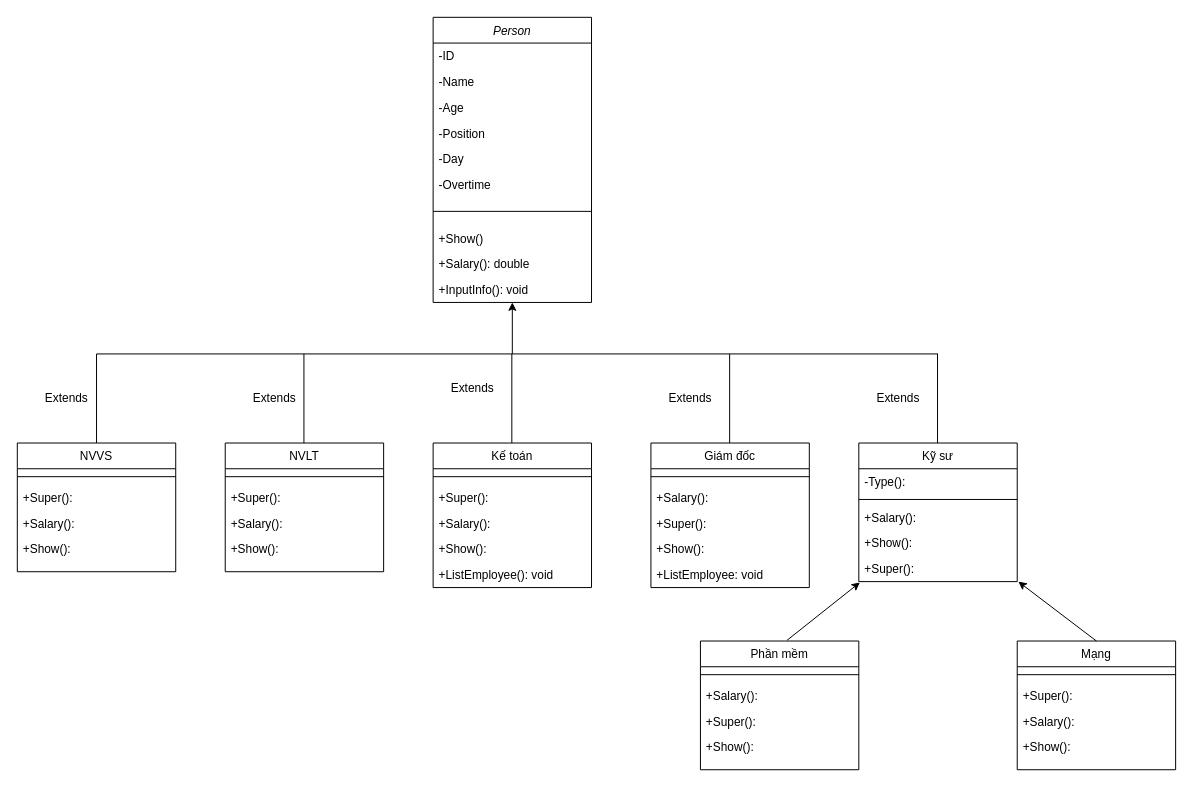
Earlier version of the draw.io diagram FinalExercise.drawio (QuyetTien1308/intern-nvqtien). Source tidied: cells renumbered, new cells numbered last; positions are measured from the earlier drawing's top-left corner, leaving out a move shared by most shapes. Both pictures are drawn from the tidied source at 99%, with x=0, y=0 at pixel (17, 17).
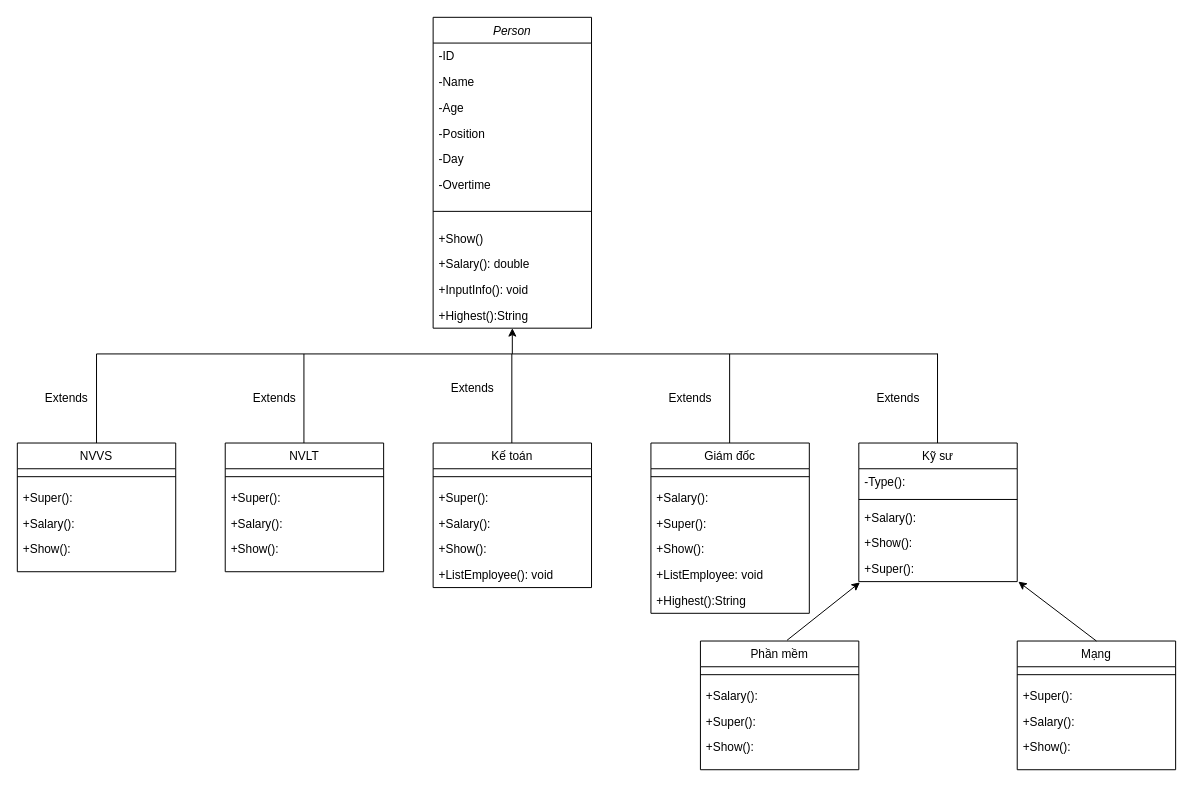
The same diagram, later.

Change to the diagram source:
```diff
@@
     <mxCell id="2" value="Person" style="swimlane;fontStyle=2;align=center;verticalAlign=top;horizontal=1;startSize=26;rounded=0;shadow=0;strokeWidth=1;" parent="1" vertex="1">
-      <mxGeometry x="420" width="160" height="288" as="geometry" />
+      <mxGeometry x="420" width="160" height="314" as="geometry" />
     </mxCell>
@@
+    <mxCell id="66" value="+Highest():String" style="text;align=left;verticalAlign=top;spacingLeft=4;spacingRight=4;overflow=hidden;rounded=0;shadow=0;html=0;" parent="2" vertex="1">
+      <mxGeometry y="288" width="160" height="26" as="geometry" />
+    </mxCell>
@@
     <mxCell id="36" value="Giám đốc" style="swimlane;fontStyle=0;align=center;verticalAlign=top;horizontal=1;startSize=26;rounded=0;shadow=0;strokeWidth=1;" parent="1" vertex="1">
-      <mxGeometry x="640" y="430" width="160" height="146" as="geometry" />
+      <mxGeometry x="640" y="430" width="160" height="172" as="geometry" />
     </mxCell>
@@
+    <mxCell id="67" value="+Highest():String" style="text;align=left;verticalAlign=top;spacingLeft=4;spacingRight=4;overflow=hidden;rounded=0;shadow=0;html=0;" parent="36" vertex="1">
+      <mxGeometry y="146" width="160" height="26" as="geometry" />
+    </mxCell>
```
